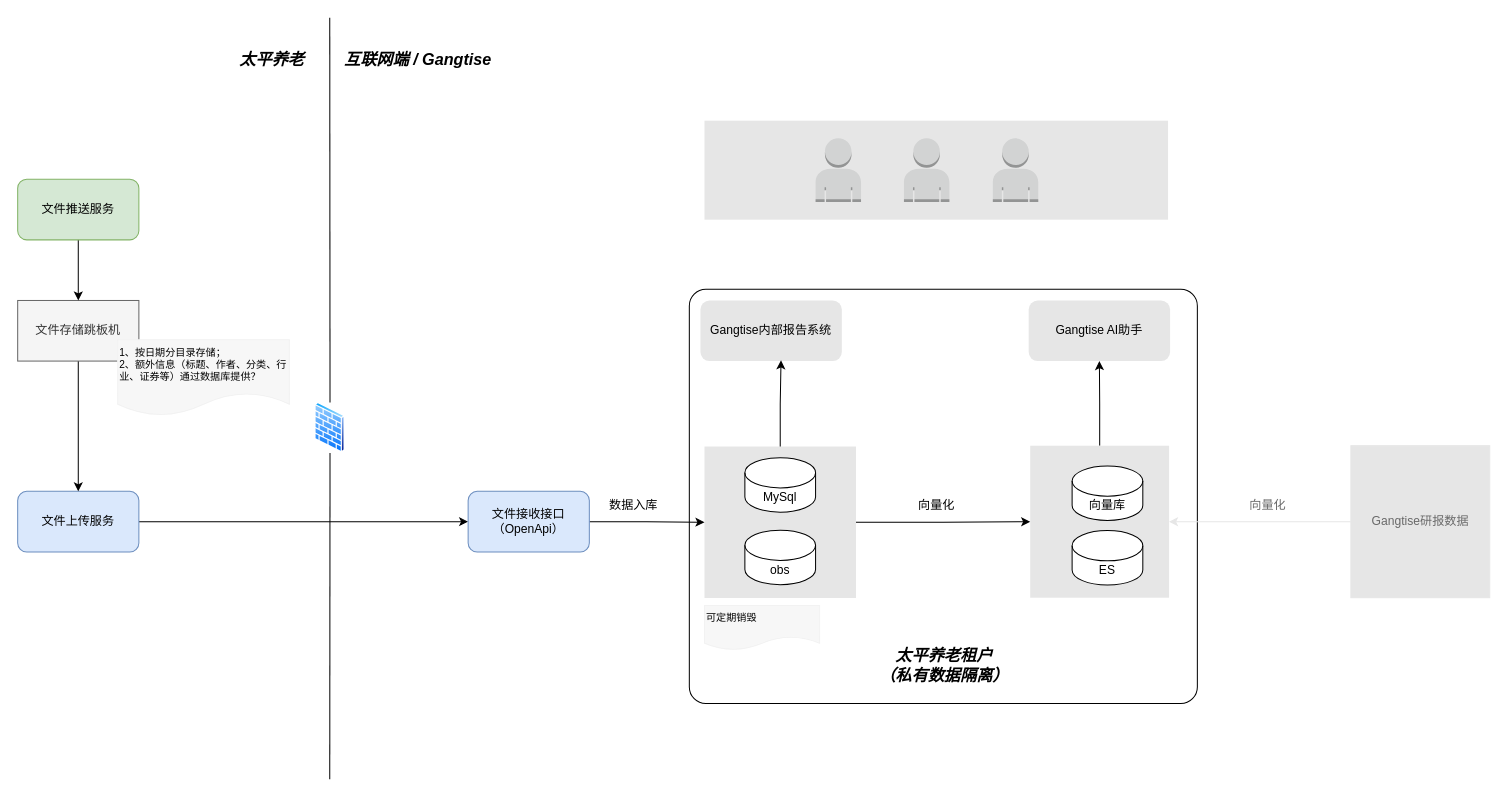
Before: 未命名绘图.drawio in EricDong0801/drawio-data, a draw.io diagram. Source tidied: cells renumbered, new cells numbered last; positions are measured from the earlier drawing's top-left corner, leaving out a move shared by most shapes. Both pictures are drawn from the tidied source at 101%, with x=0, y=0 at pixel (17, 17).
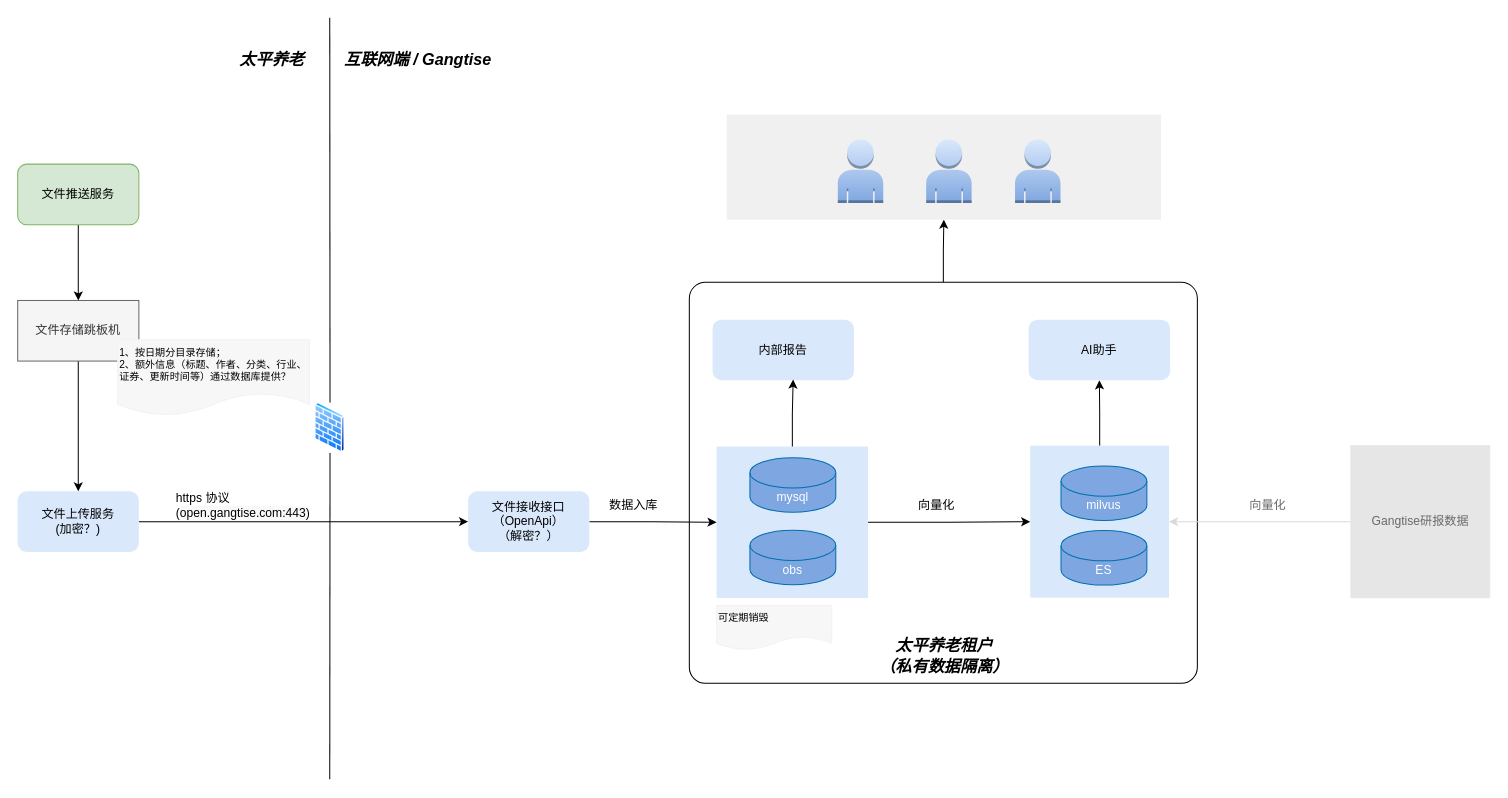
The same page after the edit.

Commit message (it also covers changes not shown here):
更新未命名绘图.drawio

Unchanged cells that the change refers to:
```xml
<mxCell id="36" value="Gangtise研报数据" style="rounded=0;whiteSpace=wrap;html=1;strokeColor=#E6E6E6;fillColor=#E6E6E6;fontColor=#696969;" parent="1" vertex="1">
  <mxGeometry x="1320" y="423.8" width="137.5" height="150.5" as="geometry" />
</mxCell>
```

Diff of the diagram source:
```diff
@@
+    <mxCell id="39" style="edgeStyle=orthogonalEdgeStyle;rounded=0;jettySize=auto;html=1;entryX=0.5;entryY=1;entryDx=0;entryDy=0;" parent="1" edge="1" source="2" target="3">
+      <mxGeometry relative="1" as="geometry" />
+    </mxCell>
     <mxCell id="2" style="rounded=1;whiteSpace=wrap;html=1;arcSize=4;" parent="1" vertex="1">
-      <mxGeometry x="665" y="269" width="503" height="410" as="geometry" />
+      <mxGeometry x="665" y="262" width="503" height="397" as="geometry" />
     </mxCell>
-    <mxCell id="3" style="rounded=0;whiteSpace=wrap;html=1;strokeColor=none;fillColor=#E6E6E6;" parent="1" vertex="1">
-      <mxGeometry x="680" y="102" width="459" height="98" as="geometry" />
+    <mxCell id="3" style="rounded=0;whiteSpace=wrap;html=1;strokeColor=none;fillColor=#F0F0F0;" parent="1" vertex="1">
+      <mxGeometry x="702" y="96" width="430" height="104" as="geometry" />
     </mxCell>
-    <mxCell id="4" style="rounded=0;whiteSpace=wrap;html=1;strokeColor=none;fillColor=#E6E6E6;" parent="1" vertex="1">
-      <mxGeometry x="680" y="424.6" width="150" height="150" as="geometry" />
+    <mxCell id="4" style="rounded=0;whiteSpace=wrap;html=1;strokeColor=none;fillColor=#dae8fc;" parent="1" vertex="1">
+      <mxGeometry x="692" y="424.6" width="150" height="150" as="geometry" />
     </mxCell>
@@
-    <mxCell id="6" style="rounded=0;whiteSpace=wrap;html=1;strokeColor=none;fillColor=#E6E6E6;" parent="1" vertex="1">
+    <mxCell id="6" style="rounded=0;whiteSpace=wrap;html=1;strokeColor=none;fillColor=#dae8fc;" parent="1" vertex="1">
       <mxGeometry x="1002.5" y="423.8" width="137.5" height="150.5" as="geometry" />
     </mxCell>
@@
-    <mxCell id="13" value="文件上传服务" style="rounded=1;whiteSpace=wrap;html=1;fillColor=#dae8fc;strokeColor=#6c8ebf;" parent="1" vertex="1">
+    <mxCell id="13" value="&lt;div&gt;文件上传服务&lt;/div&gt;&lt;div&gt;(加密？)&lt;br&gt;&lt;/div&gt;" style="rounded=1;whiteSpace=wrap;html=1;fillColor=#dae8fc;strokeColor=none;" parent="1" vertex="1">
       <mxGeometry y="469" width="120" height="60" as="geometry" />
     </mxCell>
@@
-    <mxCell id="17" value="&lt;div&gt;文件接收接口&lt;/div&gt;&lt;div&gt;（OpenApi）&lt;br&gt;&lt;/div&gt;" style="rounded=1;whiteSpace=wrap;html=1;fillColor=#dae8fc;strokeColor=#6c8ebf;" parent="1" vertex="1">
+    <mxCell id="17" value="&lt;div&gt;文件接收接口&lt;/div&gt;&lt;div&gt;（OpenApi）&lt;br&gt;&lt;/div&gt;&lt;div&gt;（解密？）&lt;br&gt;&lt;/div&gt;" style="rounded=1;whiteSpace=wrap;html=1;fillColor=#dae8fc;strokeColor=none;" parent="1" vertex="1">
       <mxGeometry x="446" y="469" width="120" height="60" as="geometry" />
     </mxCell>
@@
     <mxCell id="19" value="文件推送服务" style="rounded=1;whiteSpace=wrap;html=1;fillColor=#d5e8d4;strokeColor=#82b366;" parent="1" vertex="1">
-      <mxGeometry y="160" width="120" height="60" as="geometry" />
+      <mxGeometry y="145" width="120" height="60" as="geometry" />
     </mxCell>
@@
-    <mxCell id="21" value="&lt;div&gt;Gangtise内部报告系统&lt;/div&gt;" style="rounded=1;whiteSpace=wrap;html=1;strokeColor=none;fillColor=#E6E6E6;" parent="1" vertex="1">
-      <mxGeometry x="676" y="280" width="140" height="60" as="geometry" />
+    <mxCell id="21" value="&lt;div&gt;内部报告&lt;/div&gt;" style="rounded=1;whiteSpace=wrap;html=1;strokeColor=none;fillColor=#dae8fc;" parent="1" vertex="1">
+      <mxGeometry x="688" y="299" width="140" height="60" as="geometry" />
     </mxCell>
-    <mxCell id="22" value="&lt;div&gt;Gangtise AI助手&lt;/div&gt;" style="rounded=1;whiteSpace=wrap;html=1;strokeColor=none;fillColor=#E6E6E6;" parent="1" vertex="1">
-      <mxGeometry x="1001" y="280" width="140" height="60" as="geometry" />
+    <mxCell id="22" value="&lt;div&gt;AI助手&lt;/div&gt;" style="rounded=1;whiteSpace=wrap;html=1;strokeColor=none;fillColor=#dae8fc;" parent="1" vertex="1">
+      <mxGeometry x="1001" y="299" width="140" height="60" as="geometry" />
     </mxCell>
-    <mxCell id="23" value="向量库" style="shape=cylinder3;whiteSpace=wrap;html=1;boundedLbl=1;backgroundOutline=1;size=15;" parent="1" vertex="1">
-      <mxGeometry x="1044" y="443.8" width="70" height="54" as="geometry" />
+    <mxCell id="23" value="milvus" style="shape=cylinder3;whiteSpace=wrap;html=1;boundedLbl=1;backgroundOutline=1;size=15;fillColor=#7EA6E0;strokeColor=#006EAF;fontColor=#ffffff;" parent="1" vertex="1">
+      <mxGeometry x="1033" y="443.8" width="85" height="54" as="geometry" />
     </mxCell>
-    <mxCell id="24" value="ES" style="shape=cylinder3;whiteSpace=wrap;html=1;boundedLbl=1;backgroundOutline=1;size=15;" parent="1" vertex="1">
-      <mxGeometry x="1044" y="507.8" width="70" height="54" as="geometry" />
+    <mxCell id="24" value="ES" style="shape=cylinder3;whiteSpace=wrap;html=1;boundedLbl=1;backgroundOutline=1;size=15;fillColor=#7EA6E0;strokeColor=#006EAF;fontColor=#ffffff;" parent="1" vertex="1">
+      <mxGeometry x="1033" y="507.8" width="85" height="54" as="geometry" />
     </mxCell>
-    <mxCell id="25" value="obs" style="shape=cylinder3;whiteSpace=wrap;html=1;boundedLbl=1;backgroundOutline=1;size=15;" parent="1" vertex="1">
-      <mxGeometry x="720" y="507.4" width="70" height="54" as="geometry" />
+    <mxCell id="25" value="obs" style="shape=cylinder3;whiteSpace=wrap;html=1;boundedLbl=1;backgroundOutline=1;size=15;fillColor=#7EA6E0;strokeColor=#006EAF;fontColor=#ffffff;" parent="1" vertex="1">
+      <mxGeometry x="725" y="507.4" width="85" height="54" as="geometry" />
     </mxCell>
-    <mxCell id="26" value="MySql" style="shape=cylinder3;whiteSpace=wrap;html=1;boundedLbl=1;backgroundOutline=1;size=15;" parent="1" vertex="1">
-      <mxGeometry x="720" y="435.6" width="70" height="54" as="geometry" />
+    <mxCell id="26" value="mysql" style="shape=cylinder3;whiteSpace=wrap;html=1;boundedLbl=1;backgroundOutline=1;size=15;fillColor=#7EA6E0;strokeColor=#006EAF;fontColor=#ffffff;" parent="1" vertex="1">
+      <mxGeometry x="725" y="435.6" width="85" height="54" as="geometry" />
     </mxCell>
@@
-    <mxCell id="30" value="&lt;div style=&quot;font-size: 10px;&quot;&gt;1、按日期分目录存储；&lt;/div&gt;&lt;div style=&quot;font-size: 10px;&quot;&gt;2、额外信息（标题、作者、分类、行业、证券等）通过数据库提供？&lt;/div&gt;" style="shape=document;whiteSpace=wrap;html=1;boundedLbl=1;align=left;verticalAlign=top;strokeColor=#F2F2F2;fillColor=#F7F7F7;fontSize=10;" parent="1" vertex="1">
-      <mxGeometry x="99" y="319" width="170" height="75" as="geometry" />
+    <mxCell id="30" value="&lt;div style=&quot;font-size: 10px;&quot;&gt;1、按日期分目录存储；&lt;/div&gt;&lt;div style=&quot;font-size: 10px;&quot;&gt;2、额外信息（标题、作者、分类、行业、证券、更新时间等）通过数据库提供？&lt;/div&gt;" style="shape=document;whiteSpace=wrap;html=1;boundedLbl=1;align=left;verticalAlign=top;strokeColor=#F2F2F2;fillColor=#F7F7F7;fontSize=10;" parent="1" vertex="1">
+      <mxGeometry x="99" y="319" width="190" height="75" as="geometry" />
     </mxCell>
     <mxCell id="31" value="可定期销毁" style="shape=document;whiteSpace=wrap;html=1;boundedLbl=1;align=left;verticalAlign=top;strokeColor=#F2F2F2;fillColor=#F7F7F7;fontSize=10;" parent="1" vertex="1">
-      <mxGeometry x="680" y="582" width="114" height="44" as="geometry" />
+      <mxGeometry x="692" y="582" width="114" height="44" as="geometry" />
     </mxCell>
-    <mxCell id="32" style="dashed=0;verticalLabelPosition=bottom;verticalAlign=top;align=center;html=1;shape=mxgraph.aws3.user;fillColor=#D2D3D3;gradientColor=none;" parent="1" vertex="1">
-      <mxGeometry x="877.5" y="119.5" width="45" height="63" as="geometry" />
+    <mxCell id="32" style="dashed=0;verticalLabelPosition=bottom;verticalAlign=top;align=center;html=1;shape=mxgraph.aws3.user;fillColor=#dae8fc;strokeColor=#6c8ebf;gradientColor=#7ea6e0;" parent="1" vertex="1">
+      <mxGeometry x="899.5" y="120.5" width="45" height="63" as="geometry" />
     </mxCell>
-    <mxCell id="33" style="dashed=0;verticalLabelPosition=bottom;verticalAlign=top;align=center;html=1;shape=mxgraph.aws3.user;fillColor=#D2D3D3;gradientColor=none;" parent="1" vertex="1">
-      <mxGeometry x="790" y="119.5" width="45" height="63" as="geometry" />
+    <mxCell id="33" style="dashed=0;verticalLabelPosition=bottom;verticalAlign=top;align=center;html=1;shape=mxgraph.aws3.user;fillColor=#dae8fc;strokeColor=#6c8ebf;gradientColor=#7ea6e0;" parent="1" vertex="1">
+      <mxGeometry x="812" y="120.5" width="45" height="63" as="geometry" />
     </mxCell>
-    <mxCell id="34" style="dashed=0;verticalLabelPosition=bottom;verticalAlign=top;align=center;html=1;shape=mxgraph.aws3.user;fillColor=#D2D3D3;gradientColor=none;" parent="1" vertex="1">
-      <mxGeometry x="965.5" y="119.5" width="45" height="63" as="geometry" />
+    <mxCell id="34" style="dashed=0;verticalLabelPosition=bottom;verticalAlign=top;align=center;html=1;shape=mxgraph.aws3.user;fillColor=#dae8fc;strokeColor=#6c8ebf;gradientColor=#7ea6e0;" parent="1" vertex="1">
+      <mxGeometry x="987.5" y="120.5" width="45" height="63" as="geometry" />
     </mxCell>
-    <mxCell id="35" style="edgeStyle=orthogonalEdgeStyle;rounded=0;jettySize=auto;html=1;entryX=1;entryY=0.5;entryDx=0;entryDy=0;strokeColor=#E6E6E6;" parent="1" edge="1" source="36" target="6">
+    <mxCell id="35" style="edgeStyle=orthogonalEdgeStyle;rounded=0;jettySize=auto;html=1;entryX=1;entryY=0.5;entryDx=0;entryDy=0;strokeColor=#D9D9D9;" parent="1" edge="1" source="36" target="6">
       <mxGeometry relative="1" as="geometry" />
     </mxCell>
@@
     <mxCell id="38" value="&lt;div&gt;太平养老租户&lt;/div&gt;&lt;div&gt;（私有数据隔离）&lt;br&gt;&lt;/div&gt;" style="text;html=1;strokeColor=none;fillColor=none;align=center;verticalAlign=middle;whiteSpace=wrap;rounded=0;dashed=1;dashPattern=1 1;fontSize=16;fontStyle=3;" parent="1" vertex="1">
-      <mxGeometry x="831.8" y="631" width="170.8" height="20" as="geometry" />
+      <mxGeometry x="831.8" y="622" width="170.8" height="20" as="geometry" />
     </mxCell>
+    <mxCell id="40" value="&lt;div&gt;https 协议&lt;br&gt;&lt;/div&gt;&lt;div&gt;(&lt;span style=&quot;color: rgb(0, 0, 0); font-family: Helvetica; font-size: 12px; font-style: normal; font-variant-ligatures: normal; font-variant-caps: normal; font-weight: 400; letter-spacing: normal; text-indent: 0px; text-transform: none; white-space: nowrap; word-spacing: 0px; -webkit-text-stroke-width: 0px; background-color: rgb(248, 249, 250); text-decoration-thickness: initial; text-decoration-style: initial; text-decoration-color: initial; display: inline !important; float: none;&quot;&gt;open.gangtise.com:443&lt;/span&gt;)&lt;/div&gt;" style="text;html=1;align=left;verticalAlign=middle;whiteSpace=wrap;rounded=0;" parent="1" vertex="1">
+      <mxGeometry x="155" y="467.8" width="60" height="30" as="geometry" />
+    </mxCell>
```
